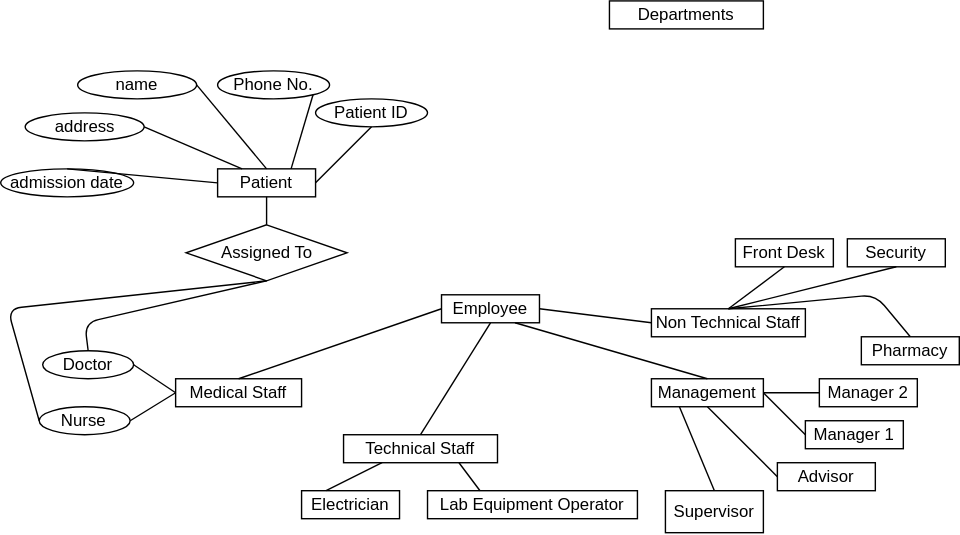
Earlier version of the draw.io export er_dig.svg (listout/drawio_digs). Source tidied: cells renumbered, new cells last; positions are measured from the earlier drawing's top-left corner, leaving out a move shared by most shapes.
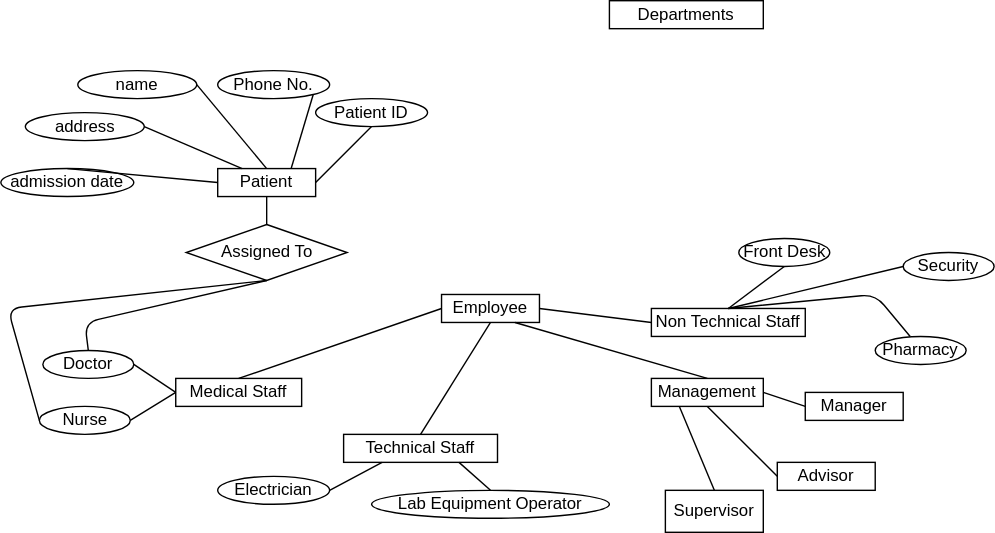
Later version of the same file.

What changed in the source:
```diff
@@ -17,33 +17,15 @@
     <mxCell id="6" value="Non Technical Staff" style="rounded=0;whiteSpace=wrap;html=1;" parent="1" vertex="1">
       <mxGeometry x="465" y="220" width="110" height="20" as="geometry" />
     </mxCell>
-    <mxCell id="7" value="Electrician" style="rounded=0;whiteSpace=wrap;html=1;" parent="1" vertex="1">
-      <mxGeometry x="215" y="350" width="70" height="20" as="geometry" />
-    </mxCell>
-    <mxCell id="8" value="Lab Equipment Operator" style="rounded=0;whiteSpace=wrap;html=1;" parent="1" vertex="1">
-      <mxGeometry x="305" y="350" width="150" height="20" as="geometry" />
-    </mxCell>
     <mxCell id="9" value="Supervisor" style="rounded=0;whiteSpace=wrap;html=1;" parent="1" vertex="1">
       <mxGeometry x="475" y="350" width="70" height="30" as="geometry" />
     </mxCell>
     <mxCell id="10" value="Advisor" style="rounded=0;whiteSpace=wrap;html=1;" parent="1" vertex="1">
       <mxGeometry x="555" y="330" width="70" height="20" as="geometry" />
     </mxCell>
-    <mxCell id="11" value="Manager 1" style="rounded=0;whiteSpace=wrap;html=1;" parent="1" vertex="1">
-      <mxGeometry x="575" y="300" width="70" height="20" as="geometry" />
+    <mxCell id="11" value="Manager" style="rounded=0;whiteSpace=wrap;html=1;" parent="1" vertex="1">
+      <mxGeometry x="575" y="280" width="70" height="20" as="geometry" />
     </mxCell>
-    <mxCell id="12" value="&lt;div&gt;Manager 2&lt;/div&gt;" style="rounded=0;whiteSpace=wrap;html=1;" parent="1" vertex="1">
-      <mxGeometry x="585" y="270" width="70" height="20" as="geometry" />
-    </mxCell>
-    <mxCell id="13" value="Front Desk" style="rounded=0;whiteSpace=wrap;html=1;" parent="1" vertex="1">
-      <mxGeometry x="525" y="170" width="70" height="20" as="geometry" />
-    </mxCell>
-    <mxCell id="14" value="Security" style="rounded=0;whiteSpace=wrap;html=1;" parent="1" vertex="1">
-      <mxGeometry x="605" y="170" width="70" height="20" as="geometry" />
-    </mxCell>
-    <mxCell id="15" value="Pharmacy" style="rounded=0;whiteSpace=wrap;html=1;" parent="1" vertex="1">
-      <mxGeometry x="615" y="240" width="70" height="20" as="geometry" />
-    </mxCell>
     <mxCell id="16" style="endArrow=none;html=1;entryX=0;entryY=0.5;entryDx=0;entryDy=0;exitX=1;exitY=0.5;exitDx=0;exitDy=0;" parent="1" edge="1" source="47" target="3">
       <mxGeometry relative="1" as="geometry" />
     </mxCell>
@@ -62,10 +44,10 @@
     <mxCell id="21" style="endArrow=none;html=1;entryX=0;entryY=0.5;entryDx=0;entryDy=0;exitX=1;exitY=0.5;exitDx=0;exitDy=0;" parent="1" edge="1" source="2" target="6">
       <mxGeometry relative="1" as="geometry" />
     </mxCell>
-    <mxCell id="22" style="endArrow=none;html=1;entryX=0.5;entryY=0;entryDx=0;entryDy=0;exitX=0.25;exitY=1;exitDx=0;exitDy=0;" parent="1" edge="1" source="4" target="7">
+    <mxCell id="22" style="endArrow=none;html=1;entryX=1;entryY=0.5;entryDx=0;entryDy=0;exitX=0.25;exitY=1;exitDx=0;exitDy=0;" parent="1" edge="1" source="4" target="7">
       <mxGeometry relative="1" as="geometry" />
     </mxCell>
-    <mxCell id="23" style="endArrow=none;html=1;entryX=0.25;entryY=0;entryDx=0;entryDy=0;exitX=0.75;exitY=1;exitDx=0;exitDy=0;" parent="1" edge="1" source="4" target="8">
+    <mxCell id="23" style="endArrow=none;html=1;entryX=0.5;entryY=0;entryDx=0;entryDy=0;exitX=0.75;exitY=1;exitDx=0;exitDy=0;" parent="1" edge="1" source="4" target="8">
       <mxGeometry relative="1" as="geometry" />
     </mxCell>
     <mxCell id="24" style="endArrow=none;html=1;entryX=0.5;entryY=0;entryDx=0;entryDy=0;exitX=0.25;exitY=1;exitDx=0;exitDy=0;" parent="1" edge="1" source="5" target="9">
@@ -77,17 +59,15 @@
     <mxCell id="26" style="endArrow=none;html=1;entryX=0;entryY=0.5;entryDx=0;entryDy=0;exitX=1;exitY=0.5;exitDx=0;exitDy=0;" parent="1" edge="1" source="5" target="11">
       <mxGeometry relative="1" as="geometry" />
     </mxCell>
-    <mxCell id="27" style="endArrow=none;html=1;entryX=1;entryY=0.5;entryDx=0;entryDy=0;exitX=0;exitY=0.5;exitDx=0;exitDy=0;" parent="1" edge="1" source="12" target="5">
-      <mxGeometry relative="1" as="geometry" />
-    </mxCell>
     <mxCell id="28" style="endArrow=none;html=1;entryX=0.5;entryY=1;entryDx=0;entryDy=0;exitX=0.5;exitY=0;exitDx=0;exitDy=0;" parent="1" edge="1" source="6" target="13">
       <mxGeometry relative="1" as="geometry" />
     </mxCell>
-    <mxCell id="29" style="endArrow=none;html=1;entryX=0.5;entryY=1;entryDx=0;entryDy=0;exitX=0.5;exitY=0;exitDx=0;exitDy=0;" parent="1" edge="1" source="6" target="14">
+    <mxCell id="29" style="endArrow=none;html=1;entryX=0;entryY=0.5;entryDx=0;entryDy=0;exitX=0.5;exitY=0;exitDx=0;exitDy=0;" parent="1" edge="1" source="6" target="14">
       <mxGeometry relative="1" as="geometry" />
     </mxCell>
-    <mxCell id="30" style="endArrow=none;html=1;entryX=0.5;entryY=0;entryDx=0;entryDy=0;exitX=0.5;exitY=0;exitDx=0;exitDy=0;" parent="1" edge="1" source="6" target="15">
+    <mxCell id="30" style="endArrow=none;html=1;entryX=0.5;entryY=0;entryDx=0;entryDy=0;exitX=0.5;exitY=0;exitDx=0;exitDy=0;" parent="1" edge="1" source="6">
       <mxGeometry relative="1" as="geometry">
+        <mxPoint x="650" y="240" as="targetPoint" />
         <Array as="points">
           <mxPoint x="625" y="210" />
         </Array>
@@ -155,5 +135,20 @@
     <mxCell id="48" value="&lt;div&gt;Doctor&lt;/div&gt;" style="ellipse;whiteSpace=wrap;html=1;" parent="1" vertex="1">
       <mxGeometry x="30" y="250" width="65" height="20" as="geometry" />
     </mxCell>
+    <mxCell id="7" value="Electrician" style="ellipse;whiteSpace=wrap;html=1;" parent="1" vertex="1">
+      <mxGeometry x="155" y="340" width="80" height="20" as="geometry" />
+    </mxCell>
+    <mxCell id="8" value="Lab Equipment Operator" style="ellipse;whiteSpace=wrap;html=1;" parent="1" vertex="1">
+      <mxGeometry x="265" y="350" width="170" height="20" as="geometry" />
+    </mxCell>
+    <mxCell id="13" value="Front Desk" style="ellipse;whiteSpace=wrap;html=1;" parent="1" vertex="1">
+      <mxGeometry x="527.5" y="170" width="65" height="20" as="geometry" />
+    </mxCell>
+    <mxCell id="14" value="Security" style="ellipse;whiteSpace=wrap;html=1;" parent="1" vertex="1">
+      <mxGeometry x="645" y="180" width="65" height="20" as="geometry" />
+    </mxCell>
+    <mxCell id="15" value="Pharmacy" style="ellipse;whiteSpace=wrap;html=1;" parent="1" vertex="1">
+      <mxGeometry x="625" y="240" width="65" height="20" as="geometry" />
+    </mxCell>
   </root>
 </mxGraphModel>
```
